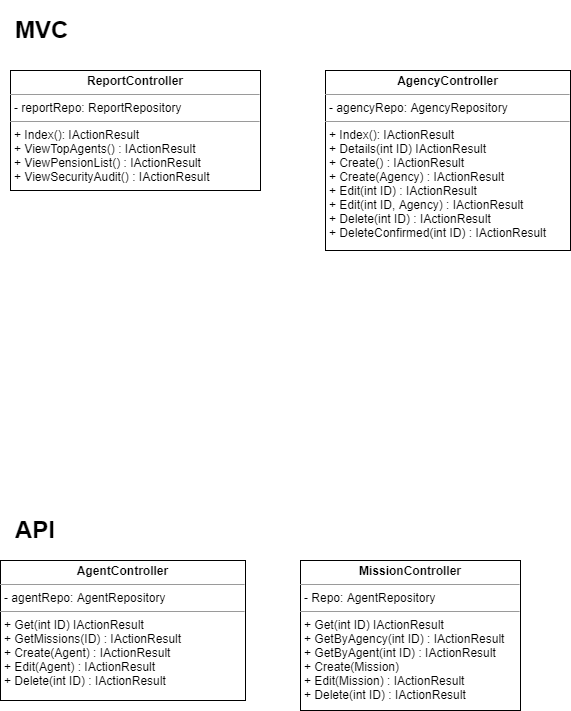
Before: FieldAgent/FieldAgentWebDocumentation.png, a diagram exported from draw.io (mfd713/MadelineFriend-cohort-4). Source tidied: cells renumbered, new cells last; positions are measured from the earlier drawing's top-left corner, leaving out a move shared by most shapes.
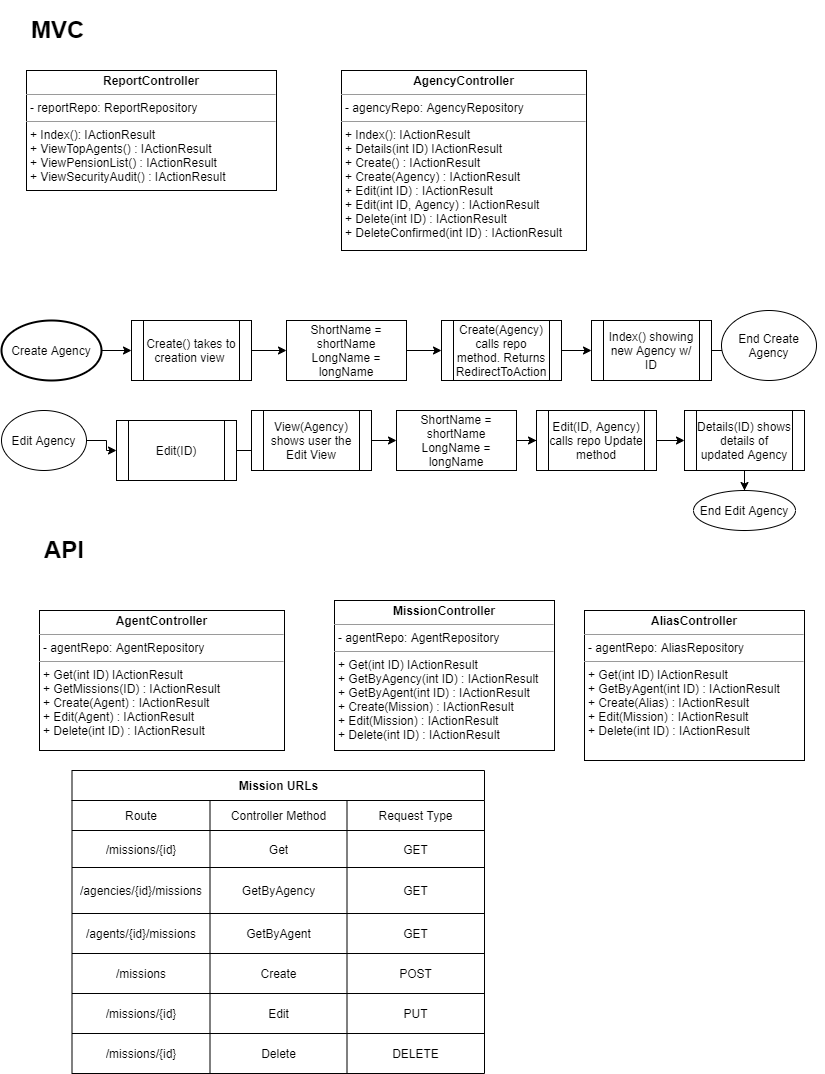
Later version of the same file.

What changed in the source:
```diff
@@ -6,7 +6,7 @@
       <mxGeometry x="10" width="180" height="40" as="geometry" />
     </mxCell>
     <mxCell id="3" value="&lt;h1&gt;API&lt;/h1&gt;" style="text;html=1;strokeColor=none;fillColor=none;spacing=5;spacingTop=-20;whiteSpace=wrap;overflow=hidden;rounded=0;" parent="1" vertex="1">
-      <mxGeometry x="10" y="500" width="90" height="30" as="geometry" />
+      <mxGeometry x="23" y="520" width="90" height="30" as="geometry" />
     </mxCell>
     <mxCell id="4" value="&lt;p style=&quot;margin: 0px ; margin-top: 4px ; text-align: center&quot;&gt;&lt;b&gt;ReportController&lt;/b&gt;&lt;/p&gt;&lt;hr size=&quot;1&quot;&gt;&lt;p style=&quot;margin: 0px ; margin-left: 4px&quot;&gt;- reportRepo: ReportRepository&lt;/p&gt;&lt;hr size=&quot;1&quot;&gt;&lt;p style=&quot;margin: 0px ; margin-left: 4px&quot;&gt;+ Index(): IActionResult&lt;/p&gt;&lt;p style=&quot;margin: 0px ; margin-left: 4px&quot;&gt;+ ViewTopAgents() : IActionResult&lt;/p&gt;&lt;p style=&quot;margin: 0px ; margin-left: 4px&quot;&gt;+ ViewPensionList() : IActionResult&lt;/p&gt;&lt;p style=&quot;margin: 0px ; margin-left: 4px&quot;&gt;+ ViewSecurityAudit() : IActionResult&lt;/p&gt;" style="verticalAlign=top;align=left;overflow=fill;fontSize=12;fontFamily=Helvetica;html=1;" parent="1" vertex="1">
       <mxGeometry x="10" y="60" width="250" height="120" as="geometry" />
@@ -15,10 +15,172 @@
       <mxGeometry x="325" y="60" width="245" height="180" as="geometry" />
     </mxCell>
     <mxCell id="6" value="&lt;p style=&quot;margin: 0px ; margin-top: 4px ; text-align: center&quot;&gt;&lt;b&gt;AgentController&lt;/b&gt;&lt;/p&gt;&lt;hr size=&quot;1&quot;&gt;&lt;p style=&quot;margin: 0px ; margin-left: 4px&quot;&gt;- agentRepo: AgentRepository&lt;/p&gt;&lt;hr size=&quot;1&quot;&gt;&lt;p style=&quot;margin: 0px ; margin-left: 4px&quot;&gt;&lt;span&gt;+ Get(int ID) IActionResult&lt;/span&gt;&lt;br&gt;&lt;/p&gt;&lt;p style=&quot;margin: 0px ; margin-left: 4px&quot;&gt;+ GetMissions(ID) : IActionResult&lt;/p&gt;&lt;p style=&quot;margin: 0px ; margin-left: 4px&quot;&gt;+ Create(Agent) : IActionResult&lt;/p&gt;&lt;p style=&quot;margin: 0px ; margin-left: 4px&quot;&gt;+ Edit(Agent) : IActionResult&lt;/p&gt;&lt;p style=&quot;margin: 0px ; margin-left: 4px&quot;&gt;+ Delete(int ID) : IActionResult&lt;/p&gt;" style="verticalAlign=top;align=left;overflow=fill;fontSize=12;fontFamily=Helvetica;html=1;" parent="1" vertex="1">
-      <mxGeometry y="550" width="245" height="140" as="geometry" />
+      <mxGeometry x="23" y="600" width="245" height="140" as="geometry" />
     </mxCell>
-    <mxCell id="7" value="&lt;p style=&quot;margin: 0px ; margin-top: 4px ; text-align: center&quot;&gt;&lt;b&gt;MissionController&lt;/b&gt;&lt;/p&gt;&lt;hr size=&quot;1&quot;&gt;&lt;p style=&quot;margin: 0px ; margin-left: 4px&quot;&gt;- Repo: AgentRepository&lt;/p&gt;&lt;hr size=&quot;1&quot;&gt;&lt;p style=&quot;margin: 0px ; margin-left: 4px&quot;&gt;&lt;span&gt;+ Get(int ID) IActionResult&lt;/span&gt;&lt;br&gt;&lt;/p&gt;&lt;p style=&quot;margin: 0px ; margin-left: 4px&quot;&gt;+ GetByAgency(int ID) : IActionResult&lt;/p&gt;&lt;p style=&quot;margin: 0px ; margin-left: 4px&quot;&gt;+ GetByAgent(int ID) : IActionResult&lt;/p&gt;&lt;p style=&quot;margin: 0px ; margin-left: 4px&quot;&gt;+ Create(Mission)&lt;/p&gt;&lt;p style=&quot;margin: 0px ; margin-left: 4px&quot;&gt;+ Edit(Mission) : IActionResult&lt;/p&gt;&lt;p style=&quot;margin: 0px ; margin-left: 4px&quot;&gt;+ Delete(int ID) : IActionResult&lt;/p&gt;" style="verticalAlign=top;align=left;overflow=fill;fontSize=12;fontFamily=Helvetica;html=1;" parent="1" vertex="1">
-      <mxGeometry x="300" y="550" width="220" height="150" as="geometry" />
+    <mxCell id="7" value="&lt;p style=&quot;margin: 0px ; margin-top: 4px ; text-align: center&quot;&gt;&lt;b&gt;MissionController&lt;/b&gt;&lt;/p&gt;&lt;hr size=&quot;1&quot;&gt;&lt;p style=&quot;margin: 0px ; margin-left: 4px&quot;&gt;- agentRepo: AgentRepository&lt;/p&gt;&lt;hr size=&quot;1&quot;&gt;&lt;p style=&quot;margin: 0px ; margin-left: 4px&quot;&gt;&lt;span&gt;+ Get(int ID) IActionResult&lt;/span&gt;&lt;br&gt;&lt;/p&gt;&lt;p style=&quot;margin: 0px ; margin-left: 4px&quot;&gt;+ GetByAgency(int ID) : IActionResult&lt;/p&gt;&lt;p style=&quot;margin: 0px ; margin-left: 4px&quot;&gt;+ GetByAgent(int ID) : IActionResult&lt;/p&gt;&lt;p style=&quot;margin: 0px ; margin-left: 4px&quot;&gt;+ Create(Mission) : IActionResult&lt;/p&gt;&lt;p style=&quot;margin: 0px ; margin-left: 4px&quot;&gt;+ Edit(Mission) : IActionResult&lt;/p&gt;&lt;p style=&quot;margin: 0px ; margin-left: 4px&quot;&gt;+ Delete(int ID) : IActionResult&lt;/p&gt;" style="verticalAlign=top;align=left;overflow=fill;fontSize=12;fontFamily=Helvetica;html=1;" parent="1" vertex="1">
+      <mxGeometry x="318" y="590" width="220" height="150" as="geometry" />
     </mxCell>
+    <mxCell id="8" value="&lt;p style=&quot;margin: 0px ; margin-top: 4px ; text-align: center&quot;&gt;&lt;b&gt;AliasController&lt;/b&gt;&lt;/p&gt;&lt;hr size=&quot;1&quot;&gt;&lt;p style=&quot;margin: 0px ; margin-left: 4px&quot;&gt;- agentRepo: AliasRepository&lt;/p&gt;&lt;hr size=&quot;1&quot;&gt;&lt;p style=&quot;margin: 0px ; margin-left: 4px&quot;&gt;&lt;span&gt;+ Get(int ID) IActionResult&lt;/span&gt;&lt;br&gt;&lt;/p&gt;&lt;p style=&quot;margin: 0px ; margin-left: 4px&quot;&gt;&lt;span&gt;+ GetByAgent(int ID) : IActionResult&lt;/span&gt;&lt;br&gt;&lt;/p&gt;&lt;p style=&quot;margin: 0px ; margin-left: 4px&quot;&gt;+ Create(Alias) : IActionResult&lt;/p&gt;&lt;p style=&quot;margin: 0px ; margin-left: 4px&quot;&gt;+ Edit(Mission) : IActionResult&lt;/p&gt;&lt;p style=&quot;margin: 0px ; margin-left: 4px&quot;&gt;+ Delete(int ID) : IActionResult&lt;/p&gt;" style="verticalAlign=top;align=left;overflow=fill;fontSize=12;fontFamily=Helvetica;html=1;" parent="1" vertex="1">
+      <mxGeometry x="568" y="600" width="220" height="150" as="geometry" />
+    </mxCell>
+    <mxCell id="9" value="Mission URLs" style="shape=table;html=1;whiteSpace=wrap;startSize=30;fontStyle=1;align=center;" parent="1" vertex="1">
+      <mxGeometry x="55.5" y="760" width="412.5" height="303" as="geometry" />
+    </mxCell>
+    <mxCell id="10" style="shape=partialRectangle;html=1;whiteSpace=wrap;fillColor=none;top=0;left=0;bottom=0;right=0;" parent="9" vertex="1">
+      <mxGeometry y="30" width="412.5" height="30" as="geometry" />
+    </mxCell>
+    <mxCell id="11" value="Route" style="shape=partialRectangle;html=1;whiteSpace=wrap;fillColor=none;top=0;left=0;bottom=0;right=0;overflow=hidden;" parent="10" vertex="1">
+      <mxGeometry width="138" height="30" as="geometry" />
+    </mxCell>
+    <mxCell id="12" value="Controller Method" style="shape=partialRectangle;html=1;whiteSpace=wrap;fillColor=none;top=0;left=0;bottom=0;right=0;overflow=hidden;" parent="10" vertex="1">
+      <mxGeometry x="138" width="137" height="30" as="geometry" />
+    </mxCell>
+    <mxCell id="13" value="Request Type" style="shape=partialRectangle;html=1;whiteSpace=wrap;fillColor=none;top=0;left=0;bottom=0;right=0;overflow=hidden;" parent="10" vertex="1">
+      <mxGeometry x="275" width="137" height="30" as="geometry" />
+    </mxCell>
+    <mxCell id="14" style="shape=partialRectangle;html=1;whiteSpace=wrap;fillColor=none;top=0;left=0;bottom=0;right=0;" parent="9" vertex="1">
+      <mxGeometry y="60" width="412.5" height="37" as="geometry" />
+    </mxCell>
+    <mxCell id="15" value="/missions/{id}" style="shape=partialRectangle;html=1;whiteSpace=wrap;fillColor=none;top=0;left=0;bottom=0;right=0;overflow=hidden;" parent="14" vertex="1">
+      <mxGeometry width="138" height="37" as="geometry" />
+    </mxCell>
+    <mxCell id="16" value="Get" style="shape=partialRectangle;html=1;whiteSpace=wrap;fillColor=none;top=0;left=0;bottom=0;right=0;overflow=hidden;" parent="14" vertex="1">
+      <mxGeometry x="138" width="137" height="37" as="geometry" />
+    </mxCell>
+    <mxCell id="17" value="GET" style="shape=partialRectangle;html=1;whiteSpace=wrap;fillColor=none;top=0;left=0;bottom=0;right=0;overflow=hidden;" parent="14" vertex="1">
+      <mxGeometry x="275" width="137" height="37" as="geometry" />
+    </mxCell>
+    <mxCell id="18" style="shape=partialRectangle;html=1;whiteSpace=wrap;fillColor=none;top=0;left=0;bottom=0;right=0;" parent="9" vertex="1">
+      <mxGeometry y="97" width="412.5" height="46" as="geometry" />
+    </mxCell>
+    <mxCell id="19" value="/agencies/{id}/missions" style="shape=partialRectangle;html=1;whiteSpace=wrap;fillColor=none;top=0;left=0;bottom=0;right=0;overflow=hidden;" parent="18" vertex="1">
+      <mxGeometry width="138" height="46" as="geometry" />
+    </mxCell>
+    <mxCell id="20" value="GetByAgency" style="shape=partialRectangle;html=1;whiteSpace=wrap;fillColor=none;top=0;left=0;bottom=0;right=0;overflow=hidden;" parent="18" vertex="1">
+      <mxGeometry x="138" width="137" height="46" as="geometry" />
+    </mxCell>
+    <mxCell id="21" value="GET" style="shape=partialRectangle;html=1;whiteSpace=wrap;fillColor=none;top=0;left=0;bottom=0;right=0;overflow=hidden;" parent="18" vertex="1">
+      <mxGeometry x="275" width="137" height="46" as="geometry" />
+    </mxCell>
+    <mxCell id="22" style="shape=partialRectangle;html=1;whiteSpace=wrap;fillColor=none;top=0;left=0;bottom=0;right=0;" parent="9" vertex="1">
+      <mxGeometry y="143" width="412.5" height="40" as="geometry" />
+    </mxCell>
+    <mxCell id="23" value="/agents/{id}/missions" style="shape=partialRectangle;html=1;whiteSpace=wrap;fillColor=none;top=0;left=0;bottom=0;right=0;overflow=hidden;" parent="22" vertex="1">
+      <mxGeometry width="138" height="40" as="geometry" />
+    </mxCell>
+    <mxCell id="24" value="GetByAgent" style="shape=partialRectangle;html=1;whiteSpace=wrap;fillColor=none;top=0;left=0;bottom=0;right=0;overflow=hidden;" parent="22" vertex="1">
+      <mxGeometry x="138" width="137" height="40" as="geometry" />
+    </mxCell>
+    <mxCell id="25" value="GET" style="shape=partialRectangle;html=1;whiteSpace=wrap;fillColor=none;top=0;left=0;bottom=0;right=0;overflow=hidden;" parent="22" vertex="1">
+      <mxGeometry x="275" width="137" height="40" as="geometry" />
+    </mxCell>
+    <mxCell id="26" style="shape=partialRectangle;html=1;whiteSpace=wrap;fillColor=none;top=0;left=0;bottom=0;right=0;" parent="9" vertex="1">
+      <mxGeometry y="183" width="412.5" height="40" as="geometry" />
+    </mxCell>
+    <mxCell id="27" value="/missions" style="shape=partialRectangle;html=1;whiteSpace=wrap;fillColor=none;top=0;left=0;bottom=0;right=0;overflow=hidden;" parent="26" vertex="1">
+      <mxGeometry width="138" height="40" as="geometry" />
+    </mxCell>
+    <mxCell id="28" value="Create" style="shape=partialRectangle;html=1;whiteSpace=wrap;fillColor=none;top=0;left=0;bottom=0;right=0;overflow=hidden;" parent="26" vertex="1">
+      <mxGeometry x="138" width="137" height="40" as="geometry" />
+    </mxCell>
+    <mxCell id="29" value="POST" style="shape=partialRectangle;html=1;whiteSpace=wrap;fillColor=none;top=0;left=0;bottom=0;right=0;overflow=hidden;" parent="26" vertex="1">
+      <mxGeometry x="275" width="137" height="40" as="geometry" />
+    </mxCell>
+    <mxCell id="30" style="shape=partialRectangle;html=1;whiteSpace=wrap;fillColor=none;top=0;left=0;bottom=0;right=0;" parent="9" vertex="1">
+      <mxGeometry y="223" width="412.5" height="40" as="geometry" />
+    </mxCell>
+    <mxCell id="31" value="/missions/{id}" style="shape=partialRectangle;html=1;whiteSpace=wrap;fillColor=none;top=0;left=0;bottom=0;right=0;overflow=hidden;" parent="30" vertex="1">
+      <mxGeometry width="138" height="40" as="geometry" />
+    </mxCell>
+    <mxCell id="32" value="Edit" style="shape=partialRectangle;html=1;whiteSpace=wrap;fillColor=none;top=0;left=0;bottom=0;right=0;overflow=hidden;" parent="30" vertex="1">
+      <mxGeometry x="138" width="137" height="40" as="geometry" />
+    </mxCell>
+    <mxCell id="33" value="PUT" style="shape=partialRectangle;html=1;whiteSpace=wrap;fillColor=none;top=0;left=0;bottom=0;right=0;overflow=hidden;" parent="30" vertex="1">
+      <mxGeometry x="275" width="137" height="40" as="geometry" />
+    </mxCell>
+    <mxCell id="34" style="shape=partialRectangle;html=1;whiteSpace=wrap;fillColor=none;top=0;left=0;bottom=0;right=0;" parent="9" vertex="1">
+      <mxGeometry y="263" width="412.5" height="40" as="geometry" />
+    </mxCell>
+    <mxCell id="35" value="/missions/{id}" style="shape=partialRectangle;html=1;whiteSpace=wrap;fillColor=none;top=0;left=0;bottom=0;right=0;overflow=hidden;" parent="34" vertex="1">
+      <mxGeometry width="138" height="40" as="geometry" />
+    </mxCell>
+    <mxCell id="36" value="Delete" style="shape=partialRectangle;html=1;whiteSpace=wrap;fillColor=none;top=0;left=0;bottom=0;right=0;overflow=hidden;" parent="34" vertex="1">
+      <mxGeometry x="138" width="137" height="40" as="geometry" />
+    </mxCell>
+    <mxCell id="37" value="DELETE" style="shape=partialRectangle;html=1;whiteSpace=wrap;fillColor=none;top=0;left=0;bottom=0;right=0;overflow=hidden;" parent="34" vertex="1">
+      <mxGeometry x="275" width="137" height="40" as="geometry" />
+    </mxCell>
+    <mxCell id="38" style="edgeStyle=orthogonalEdgeStyle;rounded=0;jettySize=auto;html=1;" parent="1" edge="1" source="39" target="41">
+      <mxGeometry relative="1" as="geometry" />
+    </mxCell>
+    <mxCell id="39" value="Create Agency" style="strokeWidth=2;html=1;shape=mxgraph.flowchart.start_1;whiteSpace=wrap;" parent="1" vertex="1">
+      <mxGeometry x="-15" y="310" width="100" height="60" as="geometry" />
+    </mxCell>
+    <mxCell id="40" style="edgeStyle=orthogonalEdgeStyle;rounded=0;jettySize=auto;html=1;" parent="1" edge="1" source="41" target="43">
+      <mxGeometry relative="1" as="geometry" />
+    </mxCell>
+    <mxCell id="41" value="Create() takes to creation view&amp;nbsp;" style="shape=process;whiteSpace=wrap;html=1;backgroundOutline=1;" parent="1" vertex="1">
+      <mxGeometry x="115" y="310" width="120" height="60" as="geometry" />
+    </mxCell>
+    <mxCell id="42" style="edgeStyle=orthogonalEdgeStyle;rounded=0;jettySize=auto;html=1;" parent="1" edge="1" source="43" target="45">
+      <mxGeometry relative="1" as="geometry" />
+    </mxCell>
+    <mxCell id="43" value="ShortName = shortName&lt;br&gt;LongName = longName" style="rounded=0;whiteSpace=wrap;html=1;" parent="1" vertex="1">
+      <mxGeometry x="270" y="310" width="120" height="60" as="geometry" />
+    </mxCell>
+    <mxCell id="44" style="edgeStyle=orthogonalEdgeStyle;rounded=0;jettySize=auto;html=1;" parent="1" edge="1" source="45" target="47">
+      <mxGeometry relative="1" as="geometry" />
+    </mxCell>
+    <mxCell id="45" value="Create(Agency) calls repo method. Returns RedirectToAction" style="shape=process;whiteSpace=wrap;html=1;backgroundOutline=1;" parent="1" vertex="1">
+      <mxGeometry x="425" y="310" width="120" height="60" as="geometry" />
+    </mxCell>
+    <mxCell id="46" style="edgeStyle=orthogonalEdgeStyle;rounded=0;jettySize=auto;html=1;" parent="1" edge="1" source="47" target="48">
+      <mxGeometry relative="1" as="geometry" />
+    </mxCell>
+    <mxCell id="47" value="Index() showing new Agency w/ ID" style="shape=process;whiteSpace=wrap;html=1;backgroundOutline=1;" parent="1" vertex="1">
+      <mxGeometry x="575" y="310" width="120" height="60" as="geometry" />
+    </mxCell>
+    <mxCell id="48" value="End Create Agency" style="ellipse;whiteSpace=wrap;html=1;" parent="1" vertex="1">
+      <mxGeometry x="705" y="300" width="95" height="70" as="geometry" />
+    </mxCell>
+    <mxCell id="49" style="edgeStyle=orthogonalEdgeStyle;rounded=0;jettySize=auto;html=1;" parent="1" edge="1" source="50" target="52">
+      <mxGeometry relative="1" as="geometry" />
+    </mxCell>
+    <mxCell id="50" value="Edit Agency" style="ellipse;whiteSpace=wrap;html=1;" parent="1" vertex="1">
+      <mxGeometry x="-15" y="400" width="85" height="60" as="geometry" />
+    </mxCell>
+    <mxCell id="51" style="edgeStyle=orthogonalEdgeStyle;rounded=0;jettySize=auto;html=1;" parent="1" edge="1" source="52" target="54">
+      <mxGeometry relative="1" as="geometry" />
+    </mxCell>
+    <mxCell id="52" value="Edit(ID)" style="shape=process;whiteSpace=wrap;html=1;backgroundOutline=1;" parent="1" vertex="1">
+      <mxGeometry x="100" y="410" width="120" height="60" as="geometry" />
+    </mxCell>
+    <mxCell id="53" style="edgeStyle=orthogonalEdgeStyle;rounded=0;jettySize=auto;html=1;" parent="1" edge="1" source="54" target="56">
+      <mxGeometry relative="1" as="geometry" />
+    </mxCell>
+    <mxCell id="54" value="View(Agency) shows user the Edit View" style="shape=process;whiteSpace=wrap;html=1;backgroundOutline=1;" parent="1" vertex="1">
+      <mxGeometry x="235" y="400" width="120" height="60" as="geometry" />
+    </mxCell>
+    <mxCell id="55" style="edgeStyle=orthogonalEdgeStyle;rounded=0;jettySize=auto;html=1;" parent="1" edge="1" source="56" target="58">
+      <mxGeometry relative="1" as="geometry" />
+    </mxCell>
+    <mxCell id="56" value="ShortName = shortName&lt;br&gt;LongName = longName" style="rounded=0;whiteSpace=wrap;html=1;" parent="1" vertex="1">
+      <mxGeometry x="380" y="400" width="120" height="60" as="geometry" />
+    </mxCell>
+    <mxCell id="57" style="edgeStyle=orthogonalEdgeStyle;rounded=0;jettySize=auto;html=1;" parent="1" edge="1" source="58" target="60">
+      <mxGeometry relative="1" as="geometry" />
+    </mxCell>
+    <mxCell id="58" value="Edit(ID, Agency) calls repo Update method" style="shape=process;whiteSpace=wrap;html=1;backgroundOutline=1;" parent="1" vertex="1">
+      <mxGeometry x="520" y="400" width="120" height="60" as="geometry" />
+    </mxCell>
+    <mxCell id="59" style="edgeStyle=orthogonalEdgeStyle;rounded=0;jettySize=auto;html=1;" parent="1" edge="1" source="60" target="61">
+      <mxGeometry relative="1" as="geometry" />
+    </mxCell>
+    <mxCell id="60" value="Details(ID) shows details of updated Agency" style="shape=process;whiteSpace=wrap;html=1;backgroundOutline=1;" parent="1" vertex="1">
+      <mxGeometry x="668" y="400" width="120" height="60" as="geometry" />
+    </mxCell>
+    <mxCell id="61" value="End Edit Agency" style="ellipse;whiteSpace=wrap;html=1;" parent="1" vertex="1">
+      <mxGeometry x="677" y="480" width="102" height="40" as="geometry" />
+    </mxCell>
   </root>
 </mxGraphModel>
```
